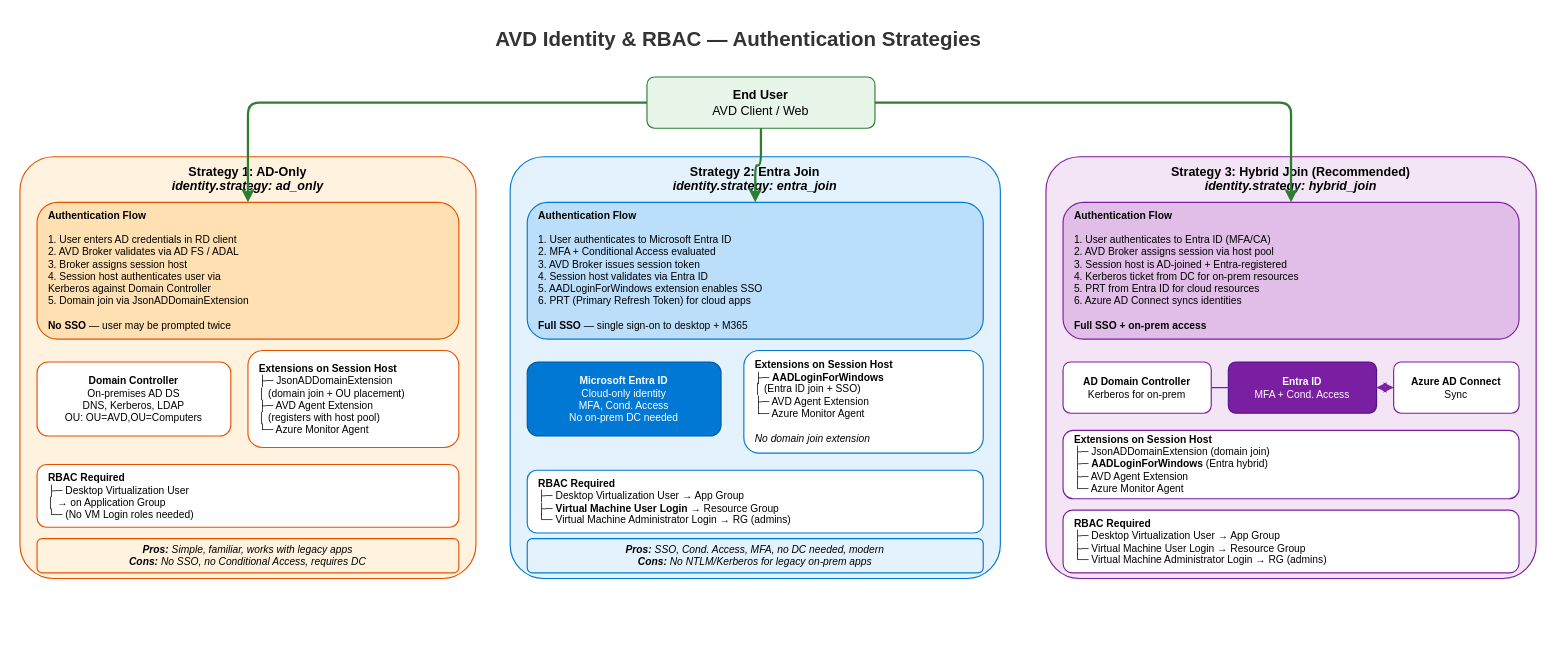
This is docs/assets/diagrams/avd-identity.drawio from AzureLocal/aurelocal-avd, a draw.io file, before an edit. Source tidied: cells renumbered, new cells numbered last; positions are measured from the earlier drawing's top-left corner, leaving out a move shared by most shapes. Both pictures are drawn from the tidied source at 114%, with x=0, y=0 at pixel (19, 19).
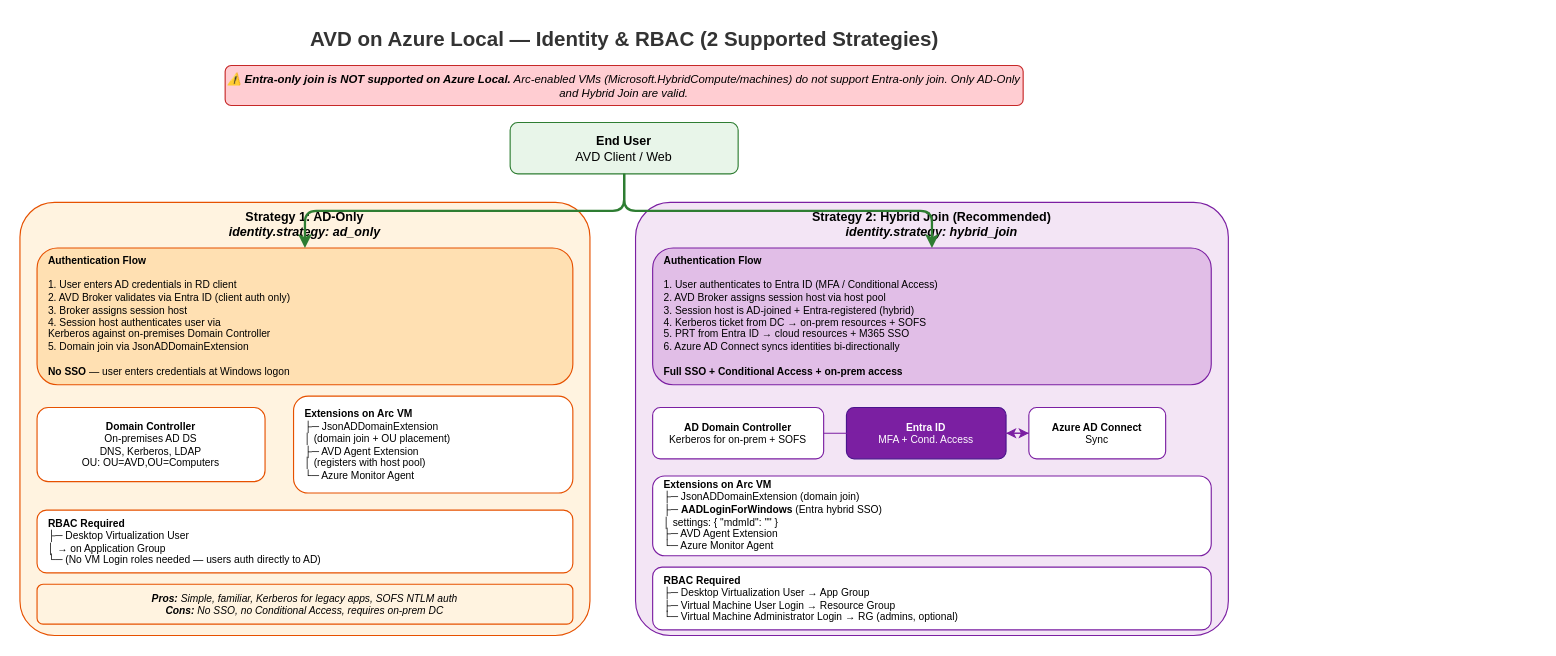
The same diagram, later.

Change to the diagram source:
```diff
@@
-    <mxCell id="2" value="&lt;b&gt;AVD Identity &amp; RBAC — Authentication Strategies&lt;/b&gt;" style="text;html=1;fontSize=18;fontColor=#333;align=center;" parent="1" vertex="1">
-      <mxGeometry x="280" width="700" height="35" as="geometry" />
+    <mxCell id="2" value="&lt;b&gt;AVD on Azure Local — Identity &amp; RBAC (2 Supported Strategies)&lt;/b&gt;" style="text;html=1;fontSize=18;fontColor=#333;align=center;" parent="1" vertex="1">
+      <mxGeometry x="180" width="700" height="35" as="geometry" />
     </mxCell>
+    <mxCell id="28" value="⚠️ &lt;b&gt;Entra-only join is NOT supported on Azure Local.&lt;/b&gt; Arc-enabled VMs (Microsoft.HybridCompute/machines) do not support Entra-only join. Only AD-Only and Hybrid Join are valid." style="rounded=1;whiteSpace=wrap;html=1;fillColor=#FFCDD2;strokeColor=#C62828;fontSize=10;fontStyle=2;" parent="1" vertex="1">
+      <mxGeometry x="180" y="40" width="700" height="35" as="geometry" />
+    </mxCell>
     <mxCell id="3" value="&lt;b&gt;End User&lt;/b&gt;&lt;br&gt;AVD Client / Web" style="rounded=1;whiteSpace=wrap;html=1;fillColor=#E8F5E9;strokeColor=#2E7D32;fontSize=11;" parent="1" vertex="1">
-      <mxGeometry x="550" y="50" width="200" height="45" as="geometry" />
+      <mxGeometry x="430" y="90" width="200" height="45" as="geometry" />
     </mxCell>
     <mxCell id="4" value="&lt;b&gt;Strategy 1: AD-Only&lt;/b&gt;&lt;br&gt;&lt;i&gt;identity.strategy: ad_only&lt;/i&gt;" style="rounded=1;whiteSpace=wrap;html=1;fillColor=#FFF3E0;strokeColor=#E65100;fontSize=11;verticalAlign=top;fontStyle=1;arcSize=8;" parent="1" vertex="1">
-      <mxGeometry y="120" width="400" height="370" as="geometry" />
+      <mxGeometry y="160" width="500" height="380" as="geometry" />
     </mxCell>
-    <mxCell id="5" value="&lt;b&gt;Authentication Flow&lt;/b&gt;&lt;br&gt;&lt;br&gt;1. User enters AD credentials in RD client&lt;br&gt;2. AVD Broker validates via AD FS / ADAL&lt;br&gt;3. Broker assigns session host&lt;br&gt;4. Session host authenticates user via&lt;br&gt;   Kerberos against Domain Controller&lt;br&gt;5. Domain join via JsonADDomainExtension&lt;br&gt;&lt;br&gt;&lt;b&gt;No SSO&lt;/b&gt; — user may be prompted twice" style="rounded=1;whiteSpace=wrap;html=1;fillColor=#FFE0B2;strokeColor=#E65100;fontSize=9;align=left;spacingLeft=8;" parent="1" vertex="1">
-      <mxGeometry x="15" y="160" width="370" height="120" as="geometry" />
+    <mxCell id="5" value="&lt;b&gt;Authentication Flow&lt;/b&gt;&lt;br&gt;&lt;br&gt;1. User enters AD credentials in RD client&lt;br&gt;2. AVD Broker validates via Entra ID (client auth only)&lt;br&gt;3. Broker assigns session host&lt;br&gt;4. Session host authenticates user via&lt;br&gt;   Kerberos against on-premises Domain Controller&lt;br&gt;5. Domain join via JsonADDomainExtension&lt;br&gt;&lt;br&gt;&lt;b&gt;No SSO&lt;/b&gt; — user enters credentials at Windows logon" style="rounded=1;whiteSpace=wrap;html=1;fillColor=#FFE0B2;strokeColor=#E65100;fontSize=9;align=left;spacingLeft=8;" parent="1" vertex="1">
+      <mxGeometry x="15" y="200" width="470" height="120" as="geometry" />
     </mxCell>
     <mxCell id="6" value="&lt;b&gt;Domain Controller&lt;/b&gt;&lt;br&gt;On-premises AD DS&lt;br&gt;DNS, Kerberos, LDAP&lt;br&gt;OU: OU=AVD,OU=Computers" style="rounded=1;whiteSpace=wrap;html=1;fillColor=#FFFFFF;strokeColor=#E65100;fontSize=9;" parent="1" vertex="1">
-      <mxGeometry x="15" y="300" width="170" height="65" as="geometry" />
+      <mxGeometry x="15" y="340" width="200" height="65" as="geometry" />
     </mxCell>
-    <mxCell id="7" value="&lt;b&gt;Extensions on Session Host&lt;/b&gt;&lt;br&gt;├─ JsonADDomainExtension&lt;br&gt;│   (domain join + OU placement)&lt;br&gt;├─ AVD Agent Extension&lt;br&gt;│   (registers with host pool)&lt;br&gt;└─ Azure Monitor Agent" style="rounded=1;whiteSpace=wrap;html=1;fillColor=#FFFFFF;strokeColor=#E65100;fontSize=9;align=left;spacingLeft=8;" parent="1" vertex="1">
-      <mxGeometry x="200" y="290" width="185" height="85" as="geometry" />
+    <mxCell id="7" value="&lt;b&gt;Extensions on Arc VM&lt;/b&gt;&lt;br&gt;├─ JsonADDomainExtension&lt;br&gt;│   (domain join + OU placement)&lt;br&gt;├─ AVD Agent Extension&lt;br&gt;│   (registers with host pool)&lt;br&gt;└─ Azure Monitor Agent" style="rounded=1;whiteSpace=wrap;html=1;fillColor=#FFFFFF;strokeColor=#E65100;fontSize=9;align=left;spacingLeft=8;" parent="1" vertex="1">
+      <mxGeometry x="240" y="330" width="245" height="85" as="geometry" />
     </mxCell>
-    <mxCell id="8" value="&lt;b&gt;RBAC Required&lt;/b&gt;&lt;br&gt;├─ Desktop Virtualization User&lt;br&gt;│   → on Application Group&lt;br&gt;└─ (No VM Login roles needed)" style="rounded=1;whiteSpace=wrap;html=1;fillColor=#FFFFFF;strokeColor=#E65100;fontSize=9;align=left;spacingLeft=8;" parent="1" vertex="1">
-      <mxGeometry x="15" y="390" width="370" height="55" as="geometry" />
+    <mxCell id="8" value="&lt;b&gt;RBAC Required&lt;/b&gt;&lt;br&gt;├─ Desktop Virtualization User&lt;br&gt;│   → on Application Group&lt;br&gt;└─ (No VM Login roles needed — users auth directly to AD)" style="rounded=1;whiteSpace=wrap;html=1;fillColor=#FFFFFF;strokeColor=#E65100;fontSize=9;align=left;spacingLeft=8;" parent="1" vertex="1">
+      <mxGeometry x="15" y="430" width="470" height="55" as="geometry" />
     </mxCell>
-    <mxCell id="9" value="&lt;b&gt;Pros:&lt;/b&gt; Simple, familiar, works with legacy apps&lt;br&gt;&lt;b&gt;Cons:&lt;/b&gt; No SSO, no Conditional Access, requires DC" style="rounded=1;whiteSpace=wrap;html=1;fillColor=#FFF3E0;strokeColor=#E65100;fontSize=9;fontStyle=2;" parent="1" vertex="1">
-      <mxGeometry x="15" y="455" width="370" height="30" as="geometry" />
+    <mxCell id="9" value="&lt;b&gt;Pros:&lt;/b&gt; Simple, familiar, Kerberos for legacy apps, SOFS NTLM auth&lt;br&gt;&lt;b&gt;Cons:&lt;/b&gt; No SSO, no Conditional Access, requires on-prem DC" style="rounded=1;whiteSpace=wrap;html=1;fillColor=#FFF3E0;strokeColor=#E65100;fontSize=9;fontStyle=2;" parent="1" vertex="1">
+      <mxGeometry x="15" y="495" width="470" height="35" as="geometry" />
     </mxCell>
-    <mxCell id="10" value="&lt;b&gt;Strategy 2: Entra Join&lt;/b&gt;&lt;br&gt;&lt;i&gt;identity.strategy: entra_join&lt;/i&gt;" style="rounded=1;whiteSpace=wrap;html=1;fillColor=#E3F2FD;strokeColor=#0078D4;fontSize=11;verticalAlign=top;fontStyle=1;arcSize=8;" parent="1" vertex="1">
-      <mxGeometry x="430" y="120" width="430" height="370" as="geometry" />
+    <mxCell id="10" value="&lt;b&gt;Strategy 2: Hybrid Join (Recommended)&lt;/b&gt;&lt;br&gt;&lt;i&gt;identity.strategy: hybrid_join&lt;/i&gt;" style="rounded=1;whiteSpace=wrap;html=1;fillColor=#F3E5F5;strokeColor=#7B1FA2;fontSize=11;verticalAlign=top;fontStyle=1;arcSize=8;" parent="1" vertex="1">
+      <mxGeometry x="540" y="160" width="520" height="380" as="geometry" />
     </mxCell>
-    <mxCell id="11" value="&lt;b&gt;Authentication Flow&lt;/b&gt;&lt;br&gt;&lt;br&gt;1. User authenticates to Microsoft Entra ID&lt;br&gt;2. MFA + Conditional Access evaluated&lt;br&gt;3. AVD Broker issues session token&lt;br&gt;4. Session host validates via Entra ID&lt;br&gt;5. AADLoginForWindows extension enables SSO&lt;br&gt;6. PRT (Primary Refresh Token) for cloud apps&lt;br&gt;&lt;br&gt;&lt;b&gt;Full SSO&lt;/b&gt; — single sign-on to desktop + M365" style="rounded=1;whiteSpace=wrap;html=1;fillColor=#BBDEFB;strokeColor=#0078D4;fontSize=9;align=left;spacingLeft=8;" parent="1" vertex="1">
-      <mxGeometry x="445" y="160" width="400" height="120" as="geometry" />
+    <mxCell id="11" value="&lt;b&gt;Authentication Flow&lt;/b&gt;&lt;br&gt;&lt;br&gt;1. User authenticates to Entra ID (MFA / Conditional Access)&lt;br&gt;2. AVD Broker assigns session host via host pool&lt;br&gt;3. Session host is AD-joined + Entra-registered (hybrid)&lt;br&gt;4. Kerberos ticket from DC → on-prem resources + SOFS&lt;br&gt;5. PRT from Entra ID → cloud resources + M365 SSO&lt;br&gt;6. Azure AD Connect syncs identities bi-directionally&lt;br&gt;&lt;br&gt;&lt;b&gt;Full SSO + Conditional Access + on-prem access&lt;/b&gt;" style="rounded=1;whiteSpace=wrap;html=1;fillColor=#E1BEE7;strokeColor=#7B1FA2;fontSize=9;align=left;spacingLeft=8;" parent="1" vertex="1">
+      <mxGeometry x="555" y="200" width="490" height="120" as="geometry" />
     </mxCell>
+    <mxCell id="29" value="&lt;b&gt;AD Domain Controller&lt;/b&gt;&lt;br&gt;Kerberos for on-prem + SOFS" style="rounded=1;whiteSpace=wrap;html=1;fillColor=#FFFFFF;strokeColor=#7B1FA2;fontSize=9;" parent="1" vertex="1">
+      <mxGeometry x="555" y="340" width="150" height="45" as="geometry" />
+    </mxCell>
-    <mxCell id="12" value="&lt;b&gt;Microsoft Entra ID&lt;/b&gt;&lt;br&gt;Cloud-only identity&lt;br&gt;MFA, Cond. Access&lt;br&gt;No on-prem DC needed" style="rounded=1;whiteSpace=wrap;html=1;fillColor=#0078D4;strokeColor=#005A9E;fontColor=#FFFFFF;fontSize=9;" parent="1" vertex="1">
-      <mxGeometry x="445" y="300" width="170" height="65" as="geometry" />
+    <mxCell id="12" value="&lt;b&gt;Entra ID&lt;/b&gt;&lt;br&gt;MFA + Cond. Access" style="rounded=1;whiteSpace=wrap;html=1;fillColor=#7B1FA2;strokeColor=#4A148C;fontColor=#FFFFFF;fontSize=9;" parent="1" vertex="1">
+      <mxGeometry x="725" y="340" width="140" height="45" as="geometry" />
     </mxCell>
+    <mxCell id="20" value="&lt;b&gt;Azure AD Connect&lt;/b&gt;&lt;br&gt;Sync" style="rounded=1;whiteSpace=wrap;html=1;fillColor=#FFFFFF;strokeColor=#7B1FA2;fontSize=9;" parent="1" vertex="1">
+      <mxGeometry x="885" y="340" width="120" height="45" as="geometry" />
+    </mxCell>
-    <mxCell id="13" value="&lt;b&gt;Extensions on Session Host&lt;/b&gt;&lt;br&gt;├─ &lt;b&gt;AADLoginForWindows&lt;/b&gt;&lt;br&gt;│   (Entra ID join + SSO)&lt;br&gt;├─ AVD Agent Extension&lt;br&gt;└─ Azure Monitor Agent&lt;br&gt;&lt;br&gt;&lt;i&gt;No domain join extension&lt;/i&gt;" style="rounded=1;whiteSpace=wrap;html=1;fillColor=#FFFFFF;strokeColor=#0078D4;fontSize=9;align=left;spacingLeft=8;" parent="1" vertex="1">
-      <mxGeometry x="635" y="290" width="210" height="90" as="geometry" />
+    <mxCell id="13" value="&lt;b&gt;Extensions on Arc VM&lt;/b&gt;&lt;br&gt;├─ JsonADDomainExtension (domain join)&lt;br&gt;├─ &lt;b&gt;AADLoginForWindows&lt;/b&gt; (Entra hybrid SSO)&lt;br&gt;│   settings: { &quot;mdmId&quot;: &quot;&quot; }&lt;br&gt;├─ AVD Agent Extension&lt;br&gt;└─ Azure Monitor Agent" style="rounded=1;whiteSpace=wrap;html=1;fillColor=#FFFFFF;strokeColor=#7B1FA2;fontSize=9;align=left;spacingLeft=8;" parent="1" vertex="1">
+      <mxGeometry x="555" y="400" width="490" height="70" as="geometry" />
     </mxCell>
-    <mxCell id="14" value="&lt;b&gt;RBAC Required&lt;/b&gt;&lt;br&gt;├─ Desktop Virtualization User → App Group&lt;br&gt;├─ &lt;b&gt;Virtual Machine User Login&lt;/b&gt; → Resource Group&lt;br&gt;└─ Virtual Machine Administrator Login → RG (admins)" style="rounded=1;whiteSpace=wrap;html=1;fillColor=#FFFFFF;strokeColor=#0078D4;fontSize=9;align=left;spacingLeft=8;" parent="1" vertex="1">
-      <mxGeometry x="445" y="395" width="400" height="55" as="geometry" />
+    <mxCell id="14" value="&lt;b&gt;RBAC Required&lt;/b&gt;&lt;br&gt;├─ Desktop Virtualization User → App Group&lt;br&gt;├─ Virtual Machine User Login → Resource Group&lt;br&gt;└─ Virtual Machine Administrator Login → RG (admins, optional)" style="rounded=1;whiteSpace=wrap;html=1;fillColor=#FFFFFF;strokeColor=#7B1FA2;fontSize=9;align=left;spacingLeft=8;" parent="1" vertex="1">
+      <mxGeometry x="555" y="480" width="490" height="55" as="geometry" />
     </mxCell>
-    <mxCell id="15" value="&lt;b&gt;Pros:&lt;/b&gt; SSO, Cond. Access, MFA, no DC needed, modern&lt;br&gt;&lt;b&gt;Cons:&lt;/b&gt; No NTLM/Kerberos for legacy on-prem apps" style="rounded=1;whiteSpace=wrap;html=1;fillColor=#E3F2FD;strokeColor=#0078D4;fontSize=9;fontStyle=2;" parent="1" vertex="1">
-      <mxGeometry x="445" y="455" width="400" height="30" as="geometry" />
-    </mxCell>
-    <mxCell id="16" value="&lt;b&gt;Strategy 3: Hybrid Join (Recommended)&lt;/b&gt;&lt;br&gt;&lt;i&gt;identity.strategy: hybrid_join&lt;/i&gt;" style="rounded=1;whiteSpace=wrap;html=1;fillColor=#F3E5F5;strokeColor=#7B1FA2;fontSize=11;verticalAlign=top;fontStyle=1;arcSize=8;" parent="1" vertex="1">
-      <mxGeometry x="900" y="120" width="430" height="370" as="geometry" />
-    </mxCell>
-    <mxCell id="17" value="&lt;b&gt;Authentication Flow&lt;/b&gt;&lt;br&gt;&lt;br&gt;1. User authenticates to Entra ID (MFA/CA)&lt;br&gt;2. AVD Broker assigns session via host pool&lt;br&gt;3. Session host is AD-joined + Entra-registered&lt;br&gt;4. Kerberos ticket from DC for on-prem resources&lt;br&gt;5. PRT from Entra ID for cloud resources&lt;br&gt;6. Azure AD Connect syncs identities&lt;br&gt;&lt;br&gt;&lt;b&gt;Full SSO + on-prem access&lt;/b&gt;" style="rounded=1;whiteSpace=wrap;html=1;fillColor=#E1BEE7;strokeColor=#7B1FA2;fontSize=9;align=left;spacingLeft=8;" parent="1" vertex="1">
-      <mxGeometry x="915" y="160" width="400" height="120" as="geometry" />
-    </mxCell>
-    <mxCell id="18" value="&lt;b&gt;AD Domain Controller&lt;/b&gt;&lt;br&gt;Kerberos for on-prem" style="rounded=1;whiteSpace=wrap;html=1;fillColor=#FFFFFF;strokeColor=#7B1FA2;fontSize=9;" parent="1" vertex="1">
-      <mxGeometry x="915" y="300" width="130" height="45" as="geometry" />
-    </mxCell>
-    <mxCell id="19" value="&lt;b&gt;Entra ID&lt;/b&gt;&lt;br&gt;MFA + Cond. Access" style="rounded=1;whiteSpace=wrap;html=1;fillColor=#7B1FA2;strokeColor=#4A148C;fontColor=#FFFFFF;fontSize=9;" parent="1" vertex="1">
-      <mxGeometry x="1060" y="300" width="130" height="45" as="geometry" />
-    </mxCell>
-    <mxCell id="20" value="&lt;b&gt;Azure AD Connect&lt;/b&gt;&lt;br&gt;Sync" style="rounded=1;whiteSpace=wrap;html=1;fillColor=#FFFFFF;strokeColor=#7B1FA2;fontSize=9;" parent="1" vertex="1">
-      <mxGeometry x="1205" y="300" width="110" height="45" as="geometry" />
-    </mxCell>
-    <mxCell id="21" value="&lt;b&gt;Extensions on Session Host&lt;/b&gt;&lt;br&gt;├─ JsonADDomainExtension (domain join)&lt;br&gt;├─ &lt;b&gt;AADLoginForWindows&lt;/b&gt; (Entra hybrid)&lt;br&gt;├─ AVD Agent Extension&lt;br&gt;└─ Azure Monitor Agent" style="rounded=1;whiteSpace=wrap;html=1;fillColor=#FFFFFF;strokeColor=#7B1FA2;fontSize=9;align=left;spacingLeft=8;" parent="1" vertex="1">
-      <mxGeometry x="915" y="360" width="400" height="60" as="geometry" />
-    </mxCell>
-    <mxCell id="22" value="&lt;b&gt;RBAC Required&lt;/b&gt;&lt;br&gt;├─ Desktop Virtualization User → App Group&lt;br&gt;├─ Virtual Machine User Login → Resource Group&lt;br&gt;└─ Virtual Machine Administrator Login → RG (admins)" style="rounded=1;whiteSpace=wrap;html=1;fillColor=#FFFFFF;strokeColor=#7B1FA2;fontSize=9;align=left;spacingLeft=8;" parent="1" vertex="1">
-      <mxGeometry x="915" y="430" width="400" height="55" as="geometry" />
-    </mxCell>
-    <mxCell id="23" style="edgeStyle=orthogonalEdgeStyle;rounded=1;strokeColor=#7B1FA2;strokeWidth=1;strokeDashPattern=4 4;" parent="1" edge="1" source="18" target="20">
+    <mxCell id="23" style="edgeStyle=orthogonalEdgeStyle;rounded=1;strokeColor=#7B1FA2;strokeWidth=1;strokeDashPattern=4 4;" parent="1" edge="1" source="29" target="20">
       <mxGeometry relative="1" as="geometry" />
     </mxCell>
-    <mxCell id="24" style="edgeStyle=orthogonalEdgeStyle;rounded=1;strokeColor=#7B1FA2;strokeWidth=1;strokeDashPattern=4 4;" parent="1" edge="1" source="20" target="19">
+    <mxCell id="24" style="edgeStyle=orthogonalEdgeStyle;rounded=1;strokeColor=#7B1FA2;strokeWidth=1;strokeDashPattern=4 4;" parent="1" edge="1" source="20" target="12">
       <mxGeometry relative="1" as="geometry" />
     </mxCell>
@@
-    <mxCell id="27" style="edgeStyle=orthogonalEdgeStyle;rounded=1;strokeColor=#2E7D32;strokeWidth=2;" parent="1" edge="1" source="3" target="17">
-      <mxGeometry relative="1" as="geometry" />
-    </mxCell>
```
